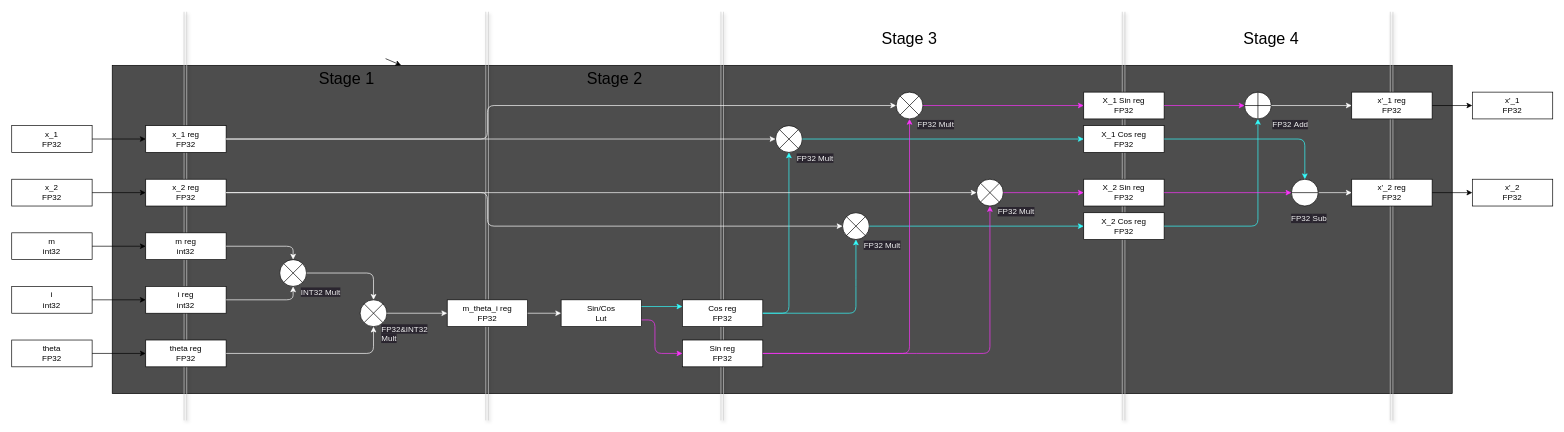
Before: ropeModule.drawio in js4ngu/vfropeHW, a draw.io diagram. Source tidied: cells renumbered, new cells numbered last; positions are measured from the earlier drawing's top-left corner, leaving out a move shared by most shapes. Both pictures are drawn from the tidied source at 67%, with x=0, y=0 at pixel (11, 11).
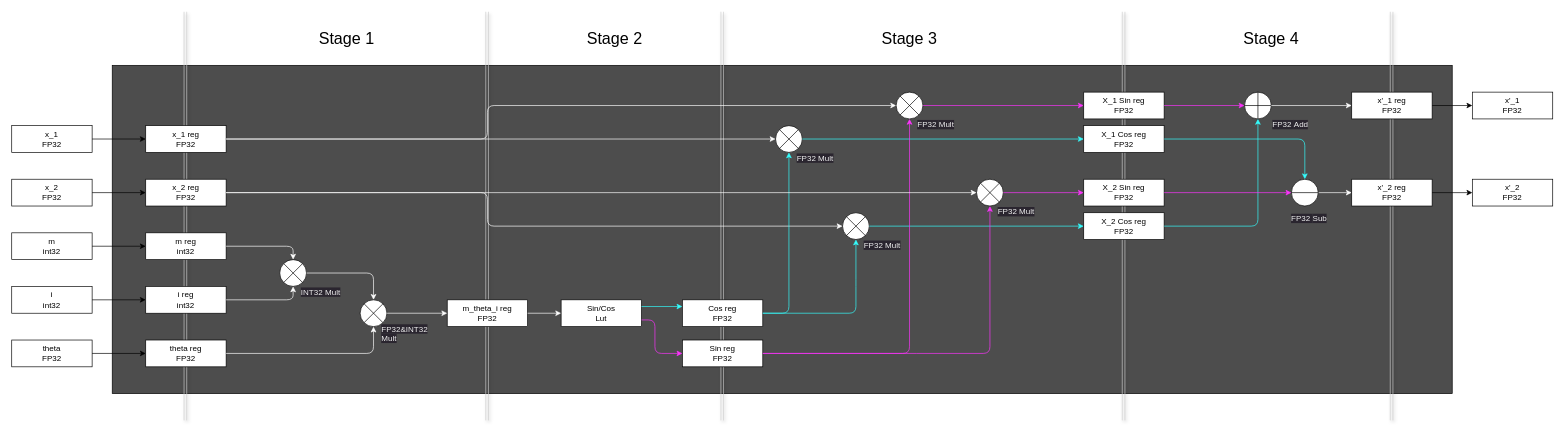
The same page after the edit.

Unchanged cells that the change refers to:
```xml
<mxCell id="2" style="rounded=0;whiteSpace=wrap;html=1;fillColor=#4D4D4D;" parent="1" vertex="1">
  <mxGeometry x="150" y="80" width="2000" height="490" as="geometry" />
</mxCell>
```

Diff of the diagram source:
```diff
@@
-    <mxCell id="12" value="theta&lt;br&gt;FP32" style="rounded=0;whiteSpace=wrap;html=1;fillColor=#FFFFFF;" parent="1" vertex="1">
+    <mxCell id="12" value="&lt;font color=&quot;#000000&quot;&gt;theta&lt;br&gt;FP32&lt;/font&gt;" style="rounded=0;whiteSpace=wrap;html=1;fillColor=#FFFFFF;" parent="1" vertex="1">
       <mxGeometry y="490" width="120" height="40" as="geometry" />
     </mxCell>
@@
-    <mxCell id="76" style="edgeStyle=none;html=1;strokeColor=#000000;fillColor=#000000;" parent="1" edge="1" target="2">
-      <mxGeometry relative="1" as="geometry">
-        <mxPoint x="558" y="70" as="sourcePoint" />
-      </mxGeometry>
-    </mxCell>
     <mxCell id="77" value="&lt;div style=&quot;&quot;&gt;&lt;span style=&quot;background-color: initial;&quot;&gt;&lt;font style=&quot;font-size: 24px;&quot;&gt;Stage 2&lt;/font&gt;&lt;/span&gt;&lt;/div&gt;" style="text;whiteSpace=wrap;html=1;align=center;" parent="1" vertex="1">
-      <mxGeometry x="810" y="80" width="180" height="50" as="geometry" />
+      <mxGeometry x="810" y="20" width="180" height="50" as="geometry" />
     </mxCell>
@@
     <mxCell id="83" value="&lt;div style=&quot;&quot;&gt;&lt;span style=&quot;background-color: initial;&quot;&gt;&lt;font style=&quot;font-size: 24px;&quot;&gt;Stage 1&lt;/font&gt;&lt;/span&gt;&lt;/div&gt;" style="text;whiteSpace=wrap;html=1;align=center;" parent="1" vertex="1">
-      <mxGeometry x="410" y="80" width="180" height="50" as="geometry" />
+      <mxGeometry x="410" y="20" width="180" height="50" as="geometry" />
     </mxCell>
```
